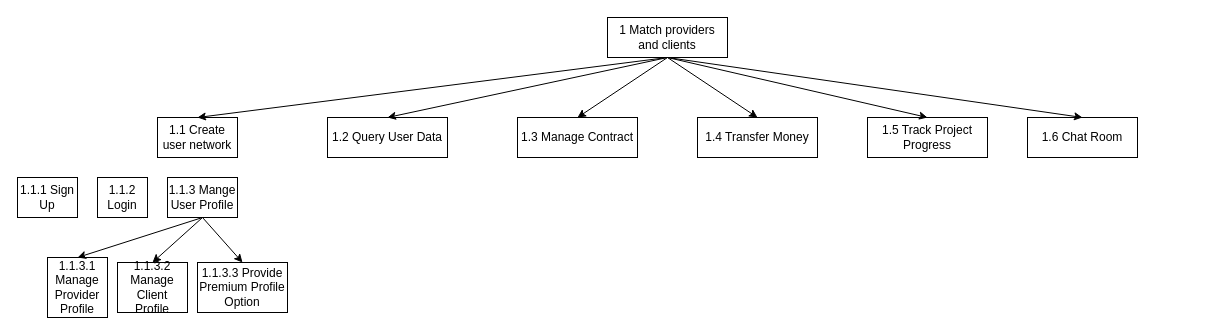
This is Design Documentation/Goal Hierarchy/Untitled Diagram.drawio from markomijovic/Agent-System-Matchmaking, a draw.io file, before an edit. Source tidied: cells renumbered, new cells numbered last; positions are measured from the earlier drawing's top-left corner, leaving out a move shared by most shapes. Both pictures are drawn from the tidied source at 100%, with x=0, y=0 at pixel (17, 17).
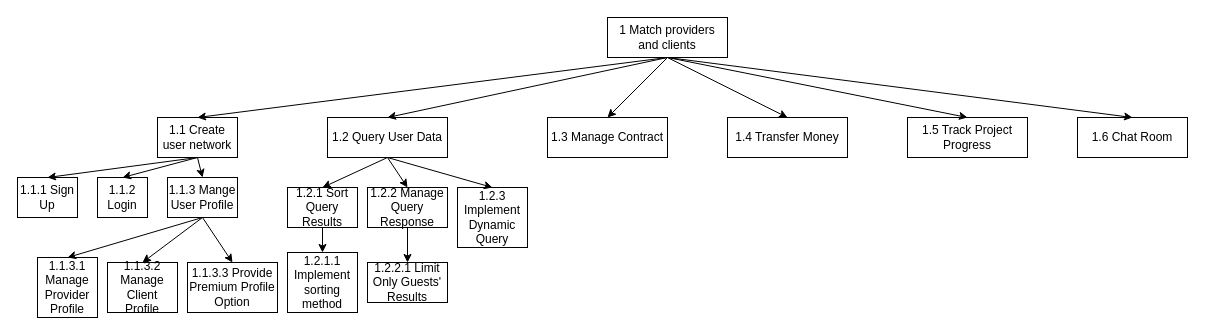
The same diagram, later.

The change refers to these unchanged cells:
```xml
<mxCell id="3" value="1.1 Create user network" style="rounded=0;whiteSpace=wrap;html=1;" parent="1" vertex="1">
  <mxGeometry x="140" y="100" width="80" height="40" as="geometry" />
</mxCell>
<mxCell id="4" value="1.2 Query User Data" style="rounded=0;whiteSpace=wrap;html=1;" parent="1" vertex="1">
  <mxGeometry x="310" y="100" width="120" height="40" as="geometry" />
</mxCell>
<mxCell id="15" value="1.1.1 Sign Up" style="rounded=0;whiteSpace=wrap;html=1;" parent="1" vertex="1">
  <mxGeometry y="160" width="60" height="40" as="geometry" />
</mxCell>
<mxCell id="16" value="1.1.2 Login" style="rounded=0;whiteSpace=wrap;html=1;" parent="1" vertex="1">
  <mxGeometry x="80" y="160" width="50" height="40" as="geometry" />
</mxCell>
<mxCell id="17" value="1.1.3 Mange User Profile" style="rounded=0;whiteSpace=wrap;html=1;" parent="1" vertex="1">
  <mxGeometry x="150" y="160" width="70" height="40" as="geometry" />
</mxCell>
```

What changed in the source:
```diff
@@
     <mxCell id="5" value="1.3 Manage Contract" style="rounded=0;whiteSpace=wrap;html=1;" parent="1" vertex="1">
-      <mxGeometry x="500" y="100" width="120" height="40" as="geometry" />
+      <mxGeometry x="530" y="100" width="120" height="40" as="geometry" />
     </mxCell>
     <mxCell id="6" value="1.4 Transfer Money" style="rounded=0;whiteSpace=wrap;html=1;" parent="1" vertex="1">
-      <mxGeometry x="680" y="100" width="120" height="40" as="geometry" />
+      <mxGeometry x="710" y="100" width="120" height="40" as="geometry" />
     </mxCell>
     <mxCell id="7" value="1.5 Track Project Progress" style="rounded=0;whiteSpace=wrap;html=1;" parent="1" vertex="1">
-      <mxGeometry x="850" y="100" width="120" height="40" as="geometry" />
+      <mxGeometry x="890" y="100" width="120" height="40" as="geometry" />
     </mxCell>
@@
     <mxCell id="13" value="&lt;div&gt;1.6 Chat Room&lt;/div&gt;" style="rounded=0;whiteSpace=wrap;html=1;" parent="1" vertex="1">
-      <mxGeometry x="1010" y="100" width="110" height="40" as="geometry" />
+      <mxGeometry x="1060" y="100" width="110" height="40" as="geometry" />
     </mxCell>
@@
     <mxCell id="18" value="1.1.3.1 Manage Provider Profile" style="rounded=0;whiteSpace=wrap;html=1;" parent="1" vertex="1">
-      <mxGeometry x="30" y="240" width="60" height="60" as="geometry" />
+      <mxGeometry x="20" y="240" width="60" height="60" as="geometry" />
     </mxCell>
     <mxCell id="19" value="1.1.3.2 Manage Client Profile" style="rounded=0;whiteSpace=wrap;html=1;" parent="1" vertex="1">
-      <mxGeometry x="100" y="245" width="70" height="50" as="geometry" />
+      <mxGeometry x="90" y="245" width="70" height="50" as="geometry" />
     </mxCell>
     <mxCell id="20" value="1.1.3.3 Provide Premium Profile Option" style="rounded=0;whiteSpace=wrap;html=1;" parent="1" vertex="1">
-      <mxGeometry x="180" y="245" width="90" height="50" as="geometry" />
+      <mxGeometry x="170" y="245" width="90" height="50" as="geometry" />
     </mxCell>
@@
+    <mxCell id="24" value="1.2.1 Sort Query Results" style="rounded=0;whiteSpace=wrap;html=1;" parent="1" vertex="1">
+      <mxGeometry x="270" y="170" width="70" height="40" as="geometry" />
+    </mxCell>
+    <mxCell id="25" value="1.2.1.1 Implement sorting method" style="rounded=0;whiteSpace=wrap;html=1;" parent="1" vertex="1">
+      <mxGeometry x="270" y="235" width="70" height="60" as="geometry" />
+    </mxCell>
+    <mxCell id="26" value="1.2.2 Manage Query Response" style="rounded=0;whiteSpace=wrap;html=1;" parent="1" vertex="1">
+      <mxGeometry x="350" y="170" width="80" height="40" as="geometry" />
+    </mxCell>
+    <mxCell id="27" style="endArrow=classic;html=1;rounded=0;exitX=0.5;exitY=1;exitDx=0;exitDy=0;entryX=0.5;entryY=0;entryDx=0;entryDy=0;" parent="1" edge="1" source="4" target="24">
+      <mxGeometry relative="1" as="geometry" />
+    </mxCell>
+    <mxCell id="28" style="endArrow=classic;html=1;rounded=0;exitX=0.5;exitY=1;exitDx=0;exitDy=0;entryX=0.5;entryY=0;entryDx=0;entryDy=0;" parent="1" edge="1" source="24" target="25">
+      <mxGeometry relative="1" as="geometry" />
+    </mxCell>
+    <mxCell id="29" style="endArrow=classic;html=1;rounded=0;exitX=0.5;exitY=1;exitDx=0;exitDy=0;entryX=0.5;entryY=0;entryDx=0;entryDy=0;" parent="1" edge="1" source="4" target="26">
+      <mxGeometry relative="1" as="geometry" />
+    </mxCell>
+    <mxCell id="30" value="1.2.2.1 Limit Only Guests' Results" style="rounded=0;whiteSpace=wrap;html=1;" parent="1" vertex="1">
+      <mxGeometry x="350" y="245" width="80" height="40" as="geometry" />
+    </mxCell>
+    <mxCell id="31" style="endArrow=classic;html=1;rounded=0;exitX=0.5;exitY=1;exitDx=0;exitDy=0;entryX=0.5;entryY=0;entryDx=0;entryDy=0;" parent="1" edge="1" source="26" target="30">
+      <mxGeometry relative="1" as="geometry" />
+    </mxCell>
+    <mxCell id="32" value="1.2.3 Implement Dynamic Query" style="rounded=0;whiteSpace=wrap;html=1;" parent="1" vertex="1">
+      <mxGeometry x="440" y="170" width="70" height="60" as="geometry" />
+    </mxCell>
+    <mxCell id="33" style="endArrow=classic;html=1;rounded=0;exitX=0.5;exitY=1;exitDx=0;exitDy=0;entryX=0.5;entryY=0;entryDx=0;entryDy=0;" parent="1" edge="1" source="4" target="32">
+      <mxGeometry relative="1" as="geometry" />
+    </mxCell>
+    <mxCell id="34" style="endArrow=classic;html=1;rounded=0;exitX=0.5;exitY=1;exitDx=0;exitDy=0;entryX=0.5;entryY=0;entryDx=0;entryDy=0;" parent="1" edge="1" source="3" target="15">
+      <mxGeometry relative="1" as="geometry" />
+    </mxCell>
+    <mxCell id="35" style="endArrow=classic;html=1;rounded=0;exitX=0.5;exitY=1;exitDx=0;exitDy=0;entryX=0.5;entryY=0;entryDx=0;entryDy=0;" parent="1" edge="1" source="3" target="16">
+      <mxGeometry relative="1" as="geometry" />
+    </mxCell>
+    <mxCell id="36" style="endArrow=classic;html=1;rounded=0;exitX=0.5;exitY=1;exitDx=0;exitDy=0;entryX=0.5;entryY=0;entryDx=0;entryDy=0;" parent="1" edge="1" source="3" target="17">
+      <mxGeometry relative="1" as="geometry" />
+    </mxCell>
```
